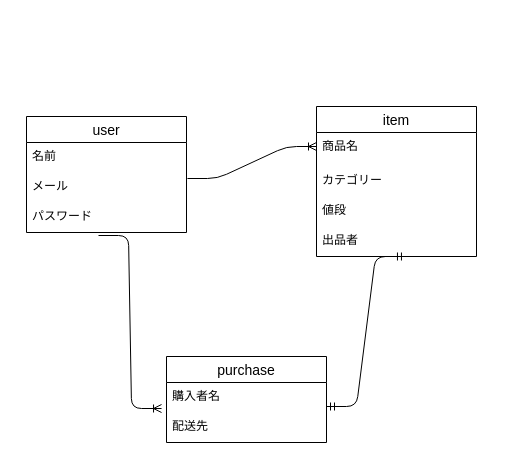
Before: furima.dio in Taka41802/furima-41802, a draw.io diagram. Source tidied: cells renumbered, new cells numbered last; positions are measured from the earlier drawing's top-left corner, leaving out a move shared by most shapes. Both pictures are drawn from the tidied source at 100%, with x=0, y=0 at pixel (26, 106).
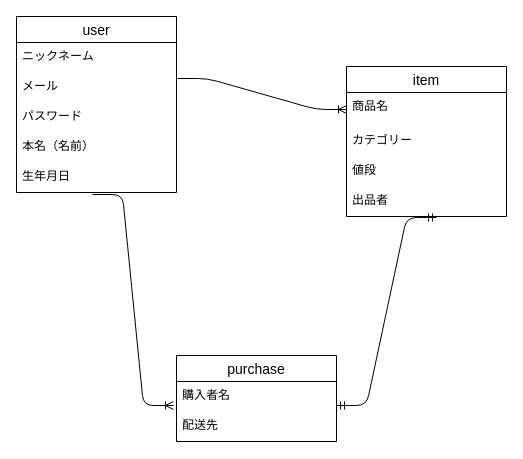
The same diagram, later.

What changed in the source:
```diff
@@
 <mxGraphModel>
   <root>
     <mxCell id="0" />
     <mxCell id="1" parent="0" />
     <mxCell id="2" value="item" style="swimlane;fontStyle=0;horizontal=1;startSize=26;align=center;fontSize=14;" parent="1" vertex="1">
-      <mxGeometry x="290" width="160" height="150" as="geometry" />
+      <mxGeometry x="320" y="-40" width="160" height="150" as="geometry" />
     </mxCell>
     <mxCell id="3" value="商品名    " style="text;strokeColor=none;fillColor=none;spacingLeft=4;spacingRight=4;overflow=hidden;points=[[0,0.5],[1,0.5]];portConstraint=eastwest;fontSize=12;" parent="2" vertex="1">
       <mxGeometry y="26" width="160" height="34" as="geometry" />
     </mxCell>
     <mxCell id="4" value="カテゴリー" style="text;strokeColor=none;fillColor=none;spacingLeft=4;spacingRight=4;overflow=hidden;fontSize=12;" parent="2" vertex="1">
       <mxGeometry y="60" width="160" height="30" as="geometry" />
     </mxCell>
     <mxCell id="5" value="値段" style="text;strokeColor=none;fillColor=none;spacingLeft=4;spacingRight=4;overflow=hidden;fontSize=12;" parent="2" vertex="1">
       <mxGeometry y="90" width="160" height="30" as="geometry" />
     </mxCell>
     <mxCell id="6" value="出品者" style="text;strokeColor=none;fillColor=none;spacingLeft=4;spacingRight=4;overflow=hidden;points=[[0,0.5],[1,0.5]];portConstraint=eastwest;fontSize=12;" parent="2" vertex="1">
       <mxGeometry y="120" width="160" height="30" as="geometry" />
     </mxCell>
     <mxCell id="7" value="user" style="swimlane;fontStyle=0;horizontal=1;startSize=26;align=center;fontSize=14;" parent="1" vertex="1">
-      <mxGeometry y="10" width="160" height="116" as="geometry" />
+      <mxGeometry x="-10" y="-90" width="160" height="176" as="geometry" />
     </mxCell>
-    <mxCell id="8" value="名前" style="text;strokeColor=none;fillColor=none;spacingLeft=4;spacingRight=4;overflow=hidden;fontSize=12;" parent="7" vertex="1">
+    <mxCell id="8" value="ニックネーム" style="text;strokeColor=none;fillColor=none;spacingLeft=4;spacingRight=4;overflow=hidden;fontSize=12;" parent="7" vertex="1">
       <mxGeometry y="26" width="160" height="30" as="geometry" />
     </mxCell>
     <mxCell id="9" value="メール" style="text;strokeColor=none;fillColor=none;spacingLeft=4;spacingRight=4;overflow=hidden;points=[[0,0.5],[1,0.5]];portConstraint=eastwest;fontSize=12;" parent="7" vertex="1">
       <mxGeometry y="56" width="160" height="30" as="geometry" />
     </mxCell>
     <mxCell id="10" value="パスワード" style="text;strokeColor=none;fillColor=none;spacingLeft=4;spacingRight=4;overflow=hidden;points=[[0,0.5],[1,0.5]];portConstraint=eastwest;fontSize=12;" parent="7" vertex="1">
       <mxGeometry y="86" width="160" height="30" as="geometry" />
     </mxCell>
+    <mxCell id="17" value="本名（名前）" style="text;strokeColor=none;fillColor=none;spacingLeft=4;spacingRight=4;overflow=hidden;fontSize=12;" parent="7" vertex="1">
+      <mxGeometry y="116" width="160" height="30" as="geometry" />
+    </mxCell>
+    <mxCell id="18" value="生年月日" style="text;strokeColor=none;fillColor=none;spacingLeft=4;spacingRight=4;overflow=hidden;points=[[0,0.5],[1,0.5]];portConstraint=eastwest;fontSize=12;" parent="7" vertex="1">
+      <mxGeometry y="146" width="160" height="30" as="geometry" />
+    </mxCell>
     <mxCell id="11" value="purchase" style="swimlane;fontStyle=0;horizontal=1;startSize=26;align=center;fontSize=14;" parent="1" vertex="1">
-      <mxGeometry x="140" y="250" width="160" height="86" as="geometry" />
+      <mxGeometry x="150" y="249" width="160" height="86" as="geometry" />
     </mxCell>
     <mxCell id="12" value="購入者名" style="text;strokeColor=none;fillColor=none;spacingLeft=4;spacingRight=4;overflow=hidden;points=[[0,0.5],[1,0.5]];portConstraint=eastwest;fontSize=12;" parent="11" vertex="1">
       <mxGeometry y="26" width="160" height="30" as="geometry" />
     </mxCell>
     <mxCell id="13" value="配送先" style="text;strokeColor=none;fillColor=none;spacingLeft=4;spacingRight=4;overflow=hidden;fontSize=12;" parent="11" vertex="1">
       <mxGeometry y="56" width="160" height="30" as="geometry" />
     </mxCell>
-    <mxCell id="14" style="edgeStyle=entityRelationEdgeStyle;fontSize=12;html=1;endArrow=ERoneToMany;exitX=1.006;exitY=0.2;exitDx=0;exitDy=0;exitPerimeter=0;" parent="1" edge="1" source="9">
-      <mxGeometry relative="1" as="geometry">
-        <mxPoint x="290" y="40" as="targetPoint" />
-      </mxGeometry>
+    <mxCell id="14" style="edgeStyle=entityRelationEdgeStyle;fontSize=12;html=1;endArrow=ERoneToMany;exitX=1.006;exitY=0.2;exitDx=0;exitDy=0;exitPerimeter=0;entryX=0;entryY=0.5;entryDx=0;entryDy=0;" parent="1" edge="1" source="9" target="3">
+      <mxGeometry relative="1" as="geometry" />
     </mxCell>
-    <mxCell id="15" style="edgeStyle=entityRelationEdgeStyle;fontSize=12;html=1;endArrow=ERmandOne;startArrow=ERmandOne;entryX=0.556;entryY=1;entryDx=0;entryDy=0;entryPerimeter=0;" parent="1" edge="1" target="6">
-      <mxGeometry relative="1" as="geometry">
-        <mxPoint x="300" y="300" as="sourcePoint" />
-      </mxGeometry>
+    <mxCell id="15" style="edgeStyle=entityRelationEdgeStyle;fontSize=12;html=1;endArrow=ERmandOne;startArrow=ERmandOne;entryX=0.563;entryY=1.033;entryDx=0;entryDy=0;entryPerimeter=0;exitX=1;exitY=0.8;exitDx=0;exitDy=0;exitPerimeter=0;" parent="1" edge="1" source="12" target="6">
+      <mxGeometry relative="1" as="geometry" />
     </mxCell>
-    <mxCell id="16" style="edgeStyle=entityRelationEdgeStyle;fontSize=12;html=1;endArrow=ERoneToMany;entryX=-0.031;entryY=0.867;entryDx=0;entryDy=0;entryPerimeter=0;exitX=0.45;exitY=1.1;exitDx=0;exitDy=0;exitPerimeter=0;" parent="1" edge="1" source="10" target="12">
+    <mxCell id="16" style="edgeStyle=entityRelationEdgeStyle;fontSize=12;html=1;endArrow=ERoneToMany;entryX=-0.019;entryY=0.8;entryDx=0;entryDy=0;entryPerimeter=0;exitX=0.475;exitY=1.067;exitDx=0;exitDy=0;exitPerimeter=0;" parent="1" edge="1" source="18" target="12">
       <mxGeometry relative="1" as="geometry" />
     </mxCell>
   </root>
 </mxGraphModel>
```
